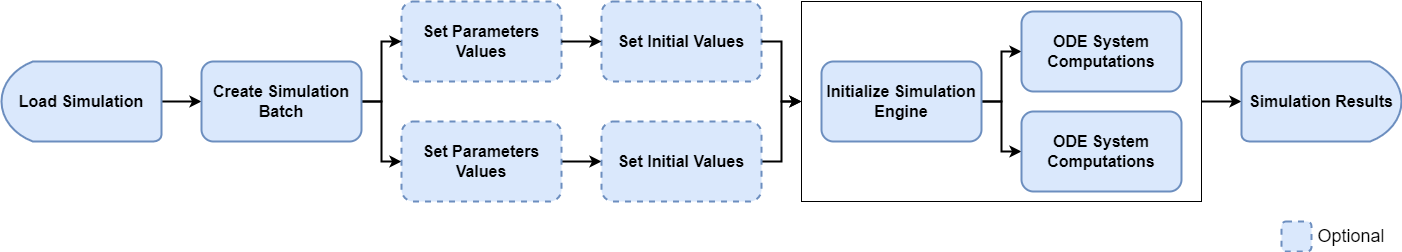
This is vignettes/images/batch_simulation.drawio.png from Open-Systems-Pharmacology/OSPSuite-R, a draw.io export, as it was before one commit. Source tidied: cells renumbered, new cells last; positions are measured from the earlier drawing's top-left corner, leaving out a move shared by most shapes.
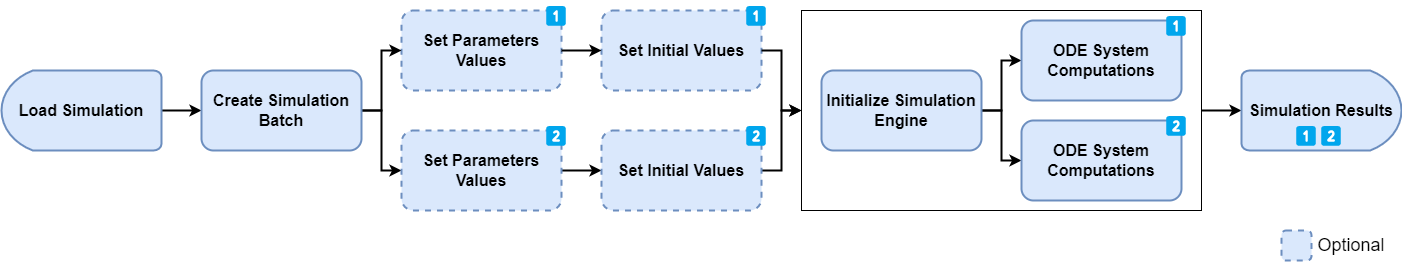
After the change.

Commit message:
Add 1 and 2 to differentiate between simulation configurations

The edit, as a diff of the source:
```diff
@@ -71,5 +71,29 @@
     <mxCell id="24" value="&lt;font style=&quot;font-size: 16px;&quot;&gt;Create Simulation Batch&lt;br&gt;&lt;/font&gt;" style="rounded=1;whiteSpace=wrap;html=1;strokeWidth=2;fillColor=#dae8fc;strokeColor=#6c8ebf;fontStyle=1;" parent="1" vertex="1">
       <mxGeometry x="200" y="60" width="160" height="80" as="geometry" />
     </mxCell>
+    <mxCell id="25" value="&lt;font style=&quot;font-size: 20px;&quot;&gt;1️⃣&lt;/font&gt;" style="text;html=1;strokeColor=none;fillColor=none;align=center;verticalAlign=middle;whiteSpace=wrap;rounded=0;" parent="1" vertex="1">
+      <mxGeometry x="540" y="-10" width="30" height="30" as="geometry" />
+    </mxCell>
+    <mxCell id="26" value="&lt;font style=&quot;font-size: 20px;&quot;&gt;1️⃣&lt;/font&gt;" style="text;html=1;strokeColor=none;fillColor=none;align=center;verticalAlign=middle;whiteSpace=wrap;rounded=0;" parent="1" vertex="1">
+      <mxGeometry x="740" y="-10" width="30" height="30" as="geometry" />
+    </mxCell>
+    <mxCell id="27" value="&lt;font style=&quot;font-size: 20px;&quot;&gt;1️⃣&lt;/font&gt;" style="text;html=1;strokeColor=none;fillColor=none;align=center;verticalAlign=middle;whiteSpace=wrap;rounded=0;" parent="1" vertex="1">
+      <mxGeometry x="1160" width="30" height="30" as="geometry" />
+    </mxCell>
+    <mxCell id="28" value="&lt;font style=&quot;font-size: 20px;&quot;&gt;2️⃣&lt;/font&gt;" style="text;html=1;strokeColor=none;fillColor=none;align=center;verticalAlign=middle;whiteSpace=wrap;rounded=0;" parent="1" vertex="1">
+      <mxGeometry x="1160" y="100" width="30" height="30" as="geometry" />
+    </mxCell>
+    <mxCell id="29" value="&lt;font style=&quot;font-size: 20px;&quot;&gt;2️⃣&lt;/font&gt;" style="text;html=1;strokeColor=none;fillColor=none;align=center;verticalAlign=middle;whiteSpace=wrap;rounded=0;" parent="1" vertex="1">
+      <mxGeometry x="740" y="110" width="30" height="30" as="geometry" />
+    </mxCell>
+    <mxCell id="30" value="&lt;font style=&quot;font-size: 20px;&quot;&gt;2️⃣&lt;/font&gt;" style="text;html=1;strokeColor=none;fillColor=none;align=center;verticalAlign=middle;whiteSpace=wrap;rounded=0;" parent="1" vertex="1">
+      <mxGeometry x="540" y="110" width="30" height="30" as="geometry" />
+    </mxCell>
+    <mxCell id="31" value="&lt;font style=&quot;font-size: 20px;&quot;&gt;1️⃣&lt;/font&gt;" style="text;html=1;strokeColor=none;fillColor=none;align=center;verticalAlign=middle;whiteSpace=wrap;rounded=0;" parent="1" vertex="1">
+      <mxGeometry x="1290" y="110" width="30" height="30" as="geometry" />
+    </mxCell>
+    <mxCell id="32" value="&lt;font style=&quot;font-size: 20px;&quot;&gt;2️⃣&lt;/font&gt;" style="text;html=1;strokeColor=none;fillColor=none;align=center;verticalAlign=middle;whiteSpace=wrap;rounded=0;" parent="1" vertex="1">
+      <mxGeometry x="1315" y="110" width="30" height="30" as="geometry" />
+    </mxCell>
   </root>
 </mxGraphModel>
```
